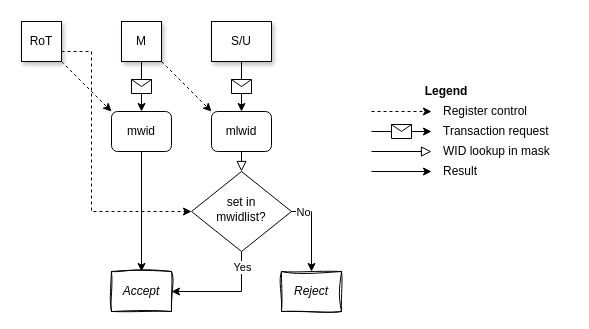
Earlier version of the draw.io diagram src/images/WorldID-smwidl.drawio (MIPS/riscv-partitioning). Source tidied: cells renumbered, new cells numbered last; positions are measured from the earlier drawing's top-left corner, leaving out a move shared by most shapes. Both pictures are drawn from the tidied source at 100%, with x=0, y=0 at pixel (21, 21).
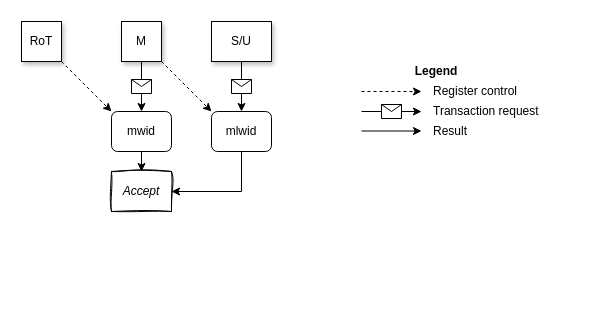
The same diagram, later.

Unchanged cells that the change refers to:
```xml
<mxCell id="5" value="mlwid" style="rounded=1;whiteSpace=wrap;html=1;fontSize=12;glass=0;strokeWidth=1;shadow=0;" parent="1" vertex="1">
  <mxGeometry x="190" y="90" width="60" height="40" as="geometry" />
</mxCell>
<mxCell id="19" value="RoT" style="rounded=0;whiteSpace=wrap;html=1;fontSize=12;glass=0;strokeWidth=1;shadow=1;" parent="1" vertex="1">
  <mxGeometry width="40" height="40" as="geometry" />
</mxCell>
```

The edit, as a diff of the source:
```diff
@@
-    <mxCell id="6" value="set in&lt;br&gt;mwidlist?" style="rhombus;whiteSpace=wrap;html=1;shadow=0;fontFamily=Helvetica;fontSize=12;align=center;strokeWidth=1;spacing=6;spacingTop=-4;" parent="1" vertex="1">
-      <mxGeometry x="170" y="150" width="100" height="80" as="geometry" />
-    </mxCell>
     <mxCell id="7" value="Accept" style="rounded=0;whiteSpace=wrap;html=1;fontSize=12;glass=0;strokeWidth=1;shadow=0;sketch=1;curveFitting=1;jiggle=2;fontStyle=2;" parent="1" vertex="1">
-      <mxGeometry x="90" y="250" width="60" height="40" as="geometry" />
+      <mxGeometry x="90" y="150" width="60" height="40" as="geometry" />
     </mxCell>
-    <mxCell id="8" style="edgeStyle=orthogonalEdgeStyle;rounded=0;jettySize=auto;html=1;exitX=0.5;exitY=1;exitDx=0;exitDy=0;entryX=1;entryY=0.5;entryDx=0;entryDy=0;" parent="1" edge="1" source="6" target="7">
-      <mxGeometry relative="1" as="geometry">
-        <Array as="points">
-          <mxPoint x="220" y="270" />
-        </Array>
-      </mxGeometry>
-    </mxCell>
-    <mxCell id="9" value="Yes" style="edgeLabel;html=1;align=center;verticalAlign=middle;" parent="8" vertex="1">
-      <mxGeometry x="-0.72" relative="1" as="geometry" />
-    </mxCell>
-    <mxCell id="10" style="rounded=0;html=1;jettySize=auto;fontSize=11;endArrow=block;endFill=0;endSize=8;strokeWidth=1;shadow=0;labelBackgroundColor=none;edgeStyle=orthogonalEdgeStyle;exitX=0.5;exitY=1;exitDx=0;exitDy=0;entryX=0.5;entryY=0;entryDx=0;entryDy=0;" parent="1" edge="1" source="5" target="6">
-      <mxGeometry relative="1" as="geometry" />
-    </mxCell>
-    <mxCell id="11" value="Reject" style="rounded=0;whiteSpace=wrap;html=1;fontSize=12;glass=0;strokeWidth=1;shadow=0;sketch=1;curveFitting=1;jiggle=2;fillColor=default;fontStyle=2;" parent="1" vertex="1">
-      <mxGeometry x="260" y="250" width="60" height="40" as="geometry" />
-    </mxCell>
-    <mxCell id="12" style="edgeStyle=orthogonalEdgeStyle;rounded=0;jettySize=auto;html=1;exitX=1;exitY=0.5;exitDx=0;exitDy=0;entryX=0.5;entryY=0;entryDx=0;entryDy=0;" parent="1" edge="1" source="6" target="11">
-      <mxGeometry relative="1" as="geometry">
-        <Array as="points">
-          <mxPoint x="290" y="190" />
-        </Array>
-      </mxGeometry>
-    </mxCell>
-    <mxCell id="13" value="No" style="edgeLabel;html=1;align=center;verticalAlign=middle;" parent="12" vertex="1">
-      <mxGeometry x="-0.72" relative="1" as="geometry" />
-    </mxCell>
@@
-    <mxCell id="21" style="endArrow=classic;html=1;rounded=0;entryX=0;entryY=0.5;entryDx=0;entryDy=0;dashed=1;edgeStyle=elbowEdgeStyle;exitX=1;exitY=0.75;exitDx=0;exitDy=0;" parent="1" edge="1" source="19" target="6">
-      <mxGeometry relative="1" as="geometry">
-        <Array as="points">
-          <mxPoint x="70" y="180" />
-        </Array>
-      </mxGeometry>
-    </mxCell>
     <mxCell id="22" style="endArrow=classic;html=1;rounded=0;dashed=1;" parent="1" edge="1">
       <mxGeometry relative="1" as="geometry">
-        <mxPoint x="350" y="90" as="sourcePoint" />
-        <mxPoint x="410" y="90" as="targetPoint" />
+        <mxPoint x="340" y="70" as="sourcePoint" />
+        <mxPoint x="400" y="70" as="targetPoint" />
       </mxGeometry>
     </mxCell>
     <mxCell id="23" style="endArrow=classic;html=1;rounded=0;" parent="1" edge="1">
       <mxGeometry relative="1" as="geometry">
-        <mxPoint x="350" y="110" as="sourcePoint" />
-        <mxPoint x="410" y="110" as="targetPoint" />
+        <mxPoint x="340" y="90" as="sourcePoint" />
+        <mxPoint x="400" y="90" as="targetPoint" />
       </mxGeometry>
     </mxCell>
@@
-    <mxCell id="25" style="rounded=0;html=1;jettySize=auto;orthogonalLoop=1;fontSize=11;endArrow=block;endFill=0;endSize=8;strokeWidth=1;shadow=0;labelBackgroundColor=none;edgeStyle=orthogonalEdgeStyle;" parent="1" edge="1">
-      <mxGeometry relative="1" as="geometry">
-        <mxPoint x="350" y="130" as="sourcePoint" />
-        <mxPoint x="410" y="130" as="targetPoint" />
-      </mxGeometry>
-    </mxCell>
     <mxCell id="26" style="edgeStyle=orthogonalEdgeStyle;rounded=0;orthogonalLoop=1;jettySize=auto;html=1;" parent="1" edge="1">
       <mxGeometry relative="1" as="geometry">
-        <mxPoint x="350" y="150" as="sourcePoint" />
-        <mxPoint x="410" y="150" as="targetPoint" />
+        <mxPoint x="340" y="109.5" as="sourcePoint" />
+        <mxPoint x="400" y="109.5" as="targetPoint" />
       </mxGeometry>
     </mxCell>
     <mxCell id="27" value="Register control" style="text;html=1;align=left;verticalAlign=middle;whiteSpace=wrap;rounded=0;" parent="1" vertex="1">
-      <mxGeometry x="420" y="80" width="130" height="20" as="geometry" />
+      <mxGeometry x="410" y="60" width="130" height="20" as="geometry" />
     </mxCell>
     <mxCell id="28" value="Transaction request" style="text;html=1;align=left;verticalAlign=middle;whiteSpace=wrap;rounded=0;" parent="1" vertex="1">
-      <mxGeometry x="420" y="100" width="130" height="20" as="geometry" />
+      <mxGeometry x="410" y="80" width="130" height="20" as="geometry" />
     </mxCell>
-    <mxCell id="29" value="WID lookup in mask" style="text;html=1;align=left;verticalAlign=middle;whiteSpace=wrap;rounded=0;" parent="1" vertex="1">
-      <mxGeometry x="420" y="120" width="130" height="20" as="geometry" />
-    </mxCell>
     <mxCell id="30" value="Result" style="text;html=1;align=left;verticalAlign=middle;whiteSpace=wrap;rounded=0;" parent="1" vertex="1">
-      <mxGeometry x="420" y="140" width="130" height="20" as="geometry" />
+      <mxGeometry x="410" y="100" width="130" height="20" as="geometry" />
     </mxCell>
     <mxCell id="31" value="Legend" style="text;html=1;align=center;verticalAlign=middle;whiteSpace=wrap;rounded=0;fontStyle=1;" parent="1" vertex="1">
-      <mxGeometry x="350" y="60" width="150" height="20" as="geometry" />
+      <mxGeometry x="340" y="40" width="150" height="20" as="geometry" />
     </mxCell>
@@
+    <mxCell id="33" style="edgeStyle=orthogonalEdgeStyle;rounded=0;jettySize=auto;html=1;exitX=0.5;exitY=1;exitDx=0;exitDy=0;entryX=1;entryY=0.5;entryDx=0;entryDy=0;" parent="1" edge="1" source="5" target="7">
+      <mxGeometry relative="1" as="geometry" />
+    </mxCell>
```
